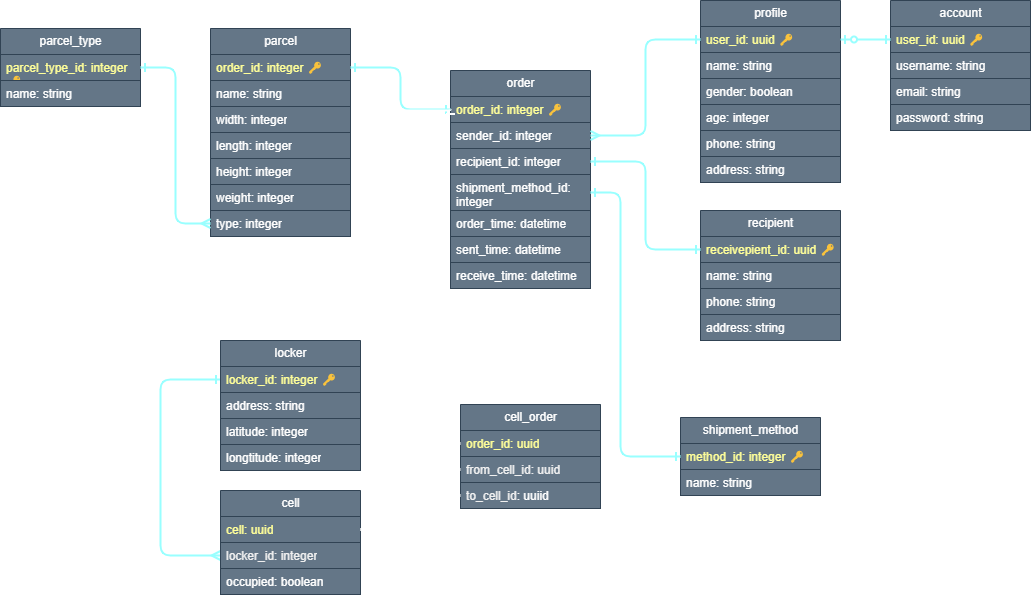
The draw.io diagram UML.drawio.png in chauanphu/be-parcel-locker, before a commit. Source tidied: cells renumbered, new cells last; positions are measured from the earlier drawing's top-left corner, leaving out a move shared by most shapes.
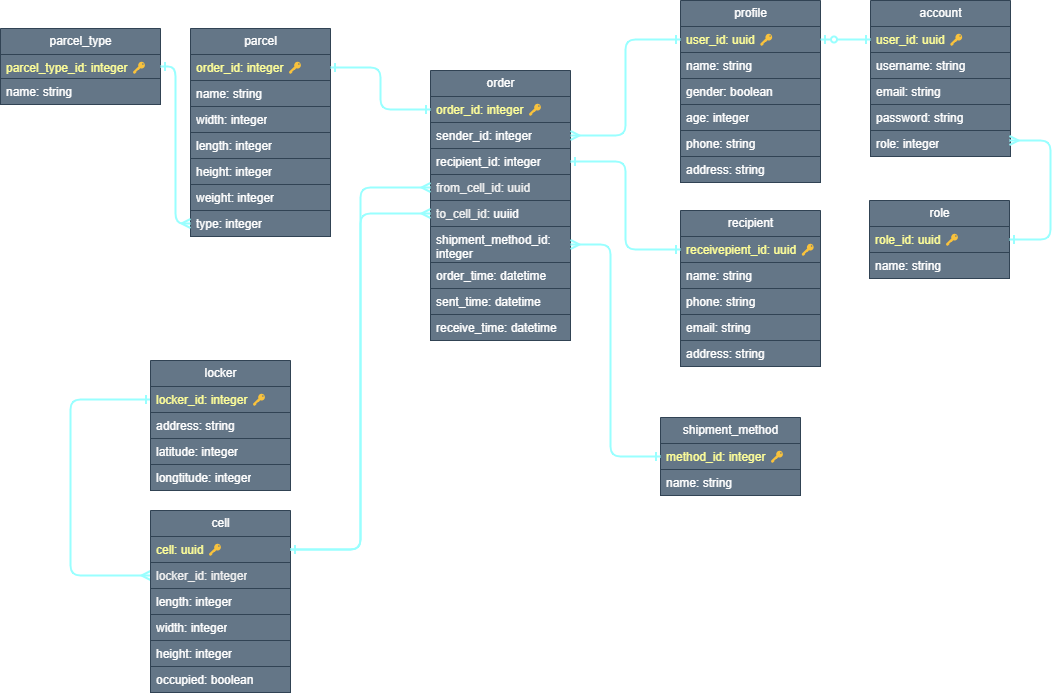
Later version of the same file.

Commit message:
schema: new design

Change to the diagram source:
```diff
@@ -48,7 +48,7 @@
       <mxGeometry y="156" width="140" height="26" as="geometry" />
     </mxCell>
     <mxCell id="17" value="order" style="swimlane;fontStyle=0;horizontal=1;startSize=26;fillColor=#647687;html=1;fontColor=#ffffff;strokeColor=#314354;" parent="1" vertex="1">
-      <mxGeometry x="450" y="70" width="140" height="218" as="geometry" />
+      <mxGeometry x="450" y="70" width="140" height="270" as="geometry" />
     </mxCell>
     <mxCell id="18" value="&lt;font color=&quot;#ffff99&quot;&gt;order_id: integer&amp;nbsp;&lt;/font&gt;&lt;span style=&quot;color: rgb(255, 255, 153);&quot;&gt;🔑&lt;/span&gt;" style="text;strokeColor=#314354;fillColor=#647687;align=left;verticalAlign=top;spacingLeft=4;spacingRight=4;overflow=hidden;points=[[0,0.5],[1,0.5]];portConstraint=eastwest;whiteSpace=wrap;html=1;fontColor=#ffffff;" parent="17" vertex="1">
       <mxGeometry y="26" width="140" height="26" as="geometry" />
@@ -59,27 +59,33 @@
     <mxCell id="20" value="&lt;span style=&quot;text-align: center;&quot;&gt;recipient&lt;/span&gt;_id: integer" style="text;strokeColor=#314354;fillColor=#647687;align=left;verticalAlign=top;spacingLeft=4;spacingRight=4;overflow=hidden;points=[[0,0.5],[1,0.5]];portConstraint=eastwest;whiteSpace=wrap;html=1;fontColor=#ffffff;" parent="17" vertex="1">
       <mxGeometry y="78" width="140" height="26" as="geometry" />
     </mxCell>
+    <mxCell id="43" value="&lt;span style=&quot;color: rgb(240, 240, 240);&quot;&gt;from_cell_id: uuid&lt;/span&gt;" style="text;strokeColor=#314354;fillColor=#647687;align=left;verticalAlign=top;spacingLeft=4;spacingRight=4;overflow=hidden;points=[[0,0.5],[1,0.5]];portConstraint=eastwest;whiteSpace=wrap;html=1;fontColor=#ffffff;" parent="17" vertex="1">
+      <mxGeometry y="104" width="140" height="26" as="geometry" />
+    </mxCell>
+    <mxCell id="44" value="&lt;span style=&quot;color: rgb(240, 240, 240);&quot;&gt;to_cell_id&lt;/span&gt;: uuiid" style="text;strokeColor=#314354;fillColor=#647687;align=left;verticalAlign=top;spacingLeft=4;spacingRight=4;overflow=hidden;points=[[0,0.5],[1,0.5]];portConstraint=eastwest;whiteSpace=wrap;html=1;fontColor=#ffffff;" parent="17" vertex="1">
+      <mxGeometry y="130" width="140" height="26" as="geometry" />
+    </mxCell>
     <mxCell id="21" value="shipment_method_id: integer" style="text;strokeColor=#314354;fillColor=#647687;align=left;verticalAlign=top;spacingLeft=4;spacingRight=4;overflow=hidden;points=[[0,0.5],[1,0.5]];portConstraint=eastwest;whiteSpace=wrap;html=1;fontColor=#ffffff;" parent="17" vertex="1">
-      <mxGeometry y="104" width="140" height="36" as="geometry" />
+      <mxGeometry y="156" width="140" height="36" as="geometry" />
     </mxCell>
     <mxCell id="22" value="order_time: datetime" style="text;strokeColor=#314354;fillColor=#647687;align=left;verticalAlign=top;spacingLeft=4;spacingRight=4;overflow=hidden;whiteSpace=wrap;html=1;fontColor=#ffffff;" parent="17" vertex="1">
-      <mxGeometry y="140" width="140" height="26" as="geometry" />
+      <mxGeometry y="192" width="140" height="26" as="geometry" />
     </mxCell>
     <mxCell id="23" value="sent_time: datetime" style="text;strokeColor=#314354;fillColor=#647687;align=left;verticalAlign=top;spacingLeft=4;spacingRight=4;overflow=hidden;whiteSpace=wrap;html=1;fontColor=#ffffff;" parent="17" vertex="1">
-      <mxGeometry y="166" width="140" height="26" as="geometry" />
+      <mxGeometry y="218" width="140" height="26" as="geometry" />
     </mxCell>
     <mxCell id="24" value="receive_time: datetime" style="text;strokeColor=#314354;fillColor=#647687;align=left;verticalAlign=top;spacingLeft=4;spacingRight=4;overflow=hidden;whiteSpace=wrap;html=1;fontColor=#ffffff;" parent="17" vertex="1">
-      <mxGeometry y="192" width="140" height="26" as="geometry" />
+      <mxGeometry y="244" width="140" height="26" as="geometry" />
     </mxCell>
     <mxCell id="25" style="edgeStyle=elbowEdgeStyle;html=1;exitX=0;exitY=0.5;exitDx=0;exitDy=0;entryX=0;entryY=0.5;entryDx=0;entryDy=0;strokeWidth=2;endArrow=ERmany;endFill=0;startArrow=ERone;startFill=0;strokeColor=#99FFFF;" parent="1" edge="1" source="27" target="39">
       <mxGeometry relative="1" as="geometry">
         <Array as="points">
-          <mxPoint x="160" y="303" />
+          <mxPoint x="90" y="490" />
         </Array>
       </mxGeometry>
     </mxCell>
     <mxCell id="26" value="locker" style="swimlane;fontStyle=0;horizontal=1;startSize=26;fillColor=#647687;html=1;fontColor=#ffffff;strokeColor=#314354;" parent="1" vertex="1">
-      <mxGeometry x="220" y="340" width="140" height="130" as="geometry" />
+      <mxGeometry x="170" y="360" width="140" height="130" as="geometry" />
     </mxCell>
     <mxCell id="27" value="&lt;font color=&quot;#ffff99&quot;&gt;locker_id: integer&amp;nbsp;&lt;/font&gt;&lt;span style=&quot;color: rgb(255, 255, 153);&quot;&gt;🔑&lt;/span&gt;" style="text;strokeColor=#314354;fillColor=#647687;align=left;verticalAlign=top;spacingLeft=4;spacingRight=4;overflow=hidden;points=[[0,0.5],[1,0.5]];portConstraint=eastwest;whiteSpace=wrap;html=1;fontColor=#ffffff;" parent="26" vertex="1">
       <mxGeometry y="26" width="140" height="26" as="geometry" />
@@ -108,54 +114,35 @@
     <mxCell id="35" value="name: string" style="text;strokeColor=#314354;fillColor=#647687;align=left;verticalAlign=top;spacingLeft=4;spacingRight=4;overflow=hidden;whiteSpace=wrap;html=1;fontColor=#ffffff;" parent="33" vertex="1">
       <mxGeometry y="52" width="140" height="26" as="geometry" />
     </mxCell>
-    <mxCell id="36" style="edgeStyle=orthogonalEdgeStyle;html=1;exitX=1;exitY=0.5;exitDx=0;exitDy=0;strokeColor=#99FFFF;fontColor=#FFFF99;startArrow=ERone;startFill=0;endArrow=ERone;endFill=0;strokeWidth=2;entryX=0;entryY=0.5;entryDx=0;entryDy=0;" parent="1" edge="1" source="21" target="34">
-      <mxGeometry relative="1" as="geometry">
-        <Array as="points">
-          <mxPoint x="620" y="192" />
-          <mxPoint x="620" y="456" />
-        </Array>
-      </mxGeometry>
-    </mxCell>
     <mxCell id="37" value="cell" style="swimlane;fontStyle=0;horizontal=1;startSize=26;fillColor=#647687;html=1;fontColor=#ffffff;strokeColor=#314354;" parent="1" vertex="1">
-      <mxGeometry x="220" y="490" width="140" height="104" as="geometry" />
+      <mxGeometry x="170" y="510" width="140" height="182" as="geometry" />
     </mxCell>
-    <mxCell id="38" value="&lt;font color=&quot;#ffff99&quot;&gt;cell: uuid&lt;/font&gt;" style="text;strokeColor=#314354;fillColor=#647687;align=left;verticalAlign=top;spacingLeft=4;spacingRight=4;overflow=hidden;points=[[0,0.5],[1,0.5]];portConstraint=eastwest;whiteSpace=wrap;html=1;fontColor=#ffffff;" parent="37" vertex="1">
+    <mxCell id="38" value="&lt;font color=&quot;#ffff99&quot;&gt;cell: uuid&amp;nbsp;&lt;/font&gt;&lt;span style=&quot;color: rgb(255, 255, 153);&quot;&gt;🔑&lt;/span&gt;" style="text;strokeColor=#314354;fillColor=#647687;align=left;verticalAlign=top;spacingLeft=4;spacingRight=4;overflow=hidden;points=[[0,0.5],[1,0.5]];portConstraint=eastwest;whiteSpace=wrap;html=1;fontColor=#ffffff;" parent="37" vertex="1">
       <mxGeometry y="26" width="140" height="26" as="geometry" />
     </mxCell>
     <mxCell id="39" value="&lt;font color=&quot;#f0f0f0&quot;&gt;locker_id: integer&lt;/font&gt;" style="text;strokeColor=#314354;fillColor=#647687;align=left;verticalAlign=top;spacingLeft=4;spacingRight=4;overflow=hidden;points=[[0,0.5],[1,0.5]];portConstraint=eastwest;whiteSpace=wrap;html=1;fontColor=#ffffff;" parent="37" vertex="1">
       <mxGeometry y="52" width="140" height="26" as="geometry" />
     </mxCell>
+    <mxCell id="64" value="length: integer" style="text;strokeColor=#314354;fillColor=#647687;align=left;verticalAlign=top;spacingLeft=4;spacingRight=4;overflow=hidden;whiteSpace=wrap;html=1;fontColor=#ffffff;" parent="37" vertex="1">
+      <mxGeometry y="78" width="140" height="26" as="geometry" />
+    </mxCell>
+    <mxCell id="65" value="width: integer" style="text;strokeColor=#314354;fillColor=#647687;align=left;verticalAlign=top;spacingLeft=4;spacingRight=4;overflow=hidden;whiteSpace=wrap;html=1;fontColor=#ffffff;" parent="37" vertex="1">
+      <mxGeometry y="104" width="140" height="26" as="geometry" />
+    </mxCell>
+    <mxCell id="66" value="height: integer" style="text;strokeColor=#314354;fillColor=#647687;align=left;verticalAlign=top;spacingLeft=4;spacingRight=4;overflow=hidden;whiteSpace=wrap;html=1;fontColor=#ffffff;" parent="37" vertex="1">
+      <mxGeometry y="130" width="140" height="26" as="geometry" />
+    </mxCell>
     <mxCell id="40" value="occupied: boolean" style="text;strokeColor=#314354;fillColor=#647687;align=left;verticalAlign=top;spacingLeft=4;spacingRight=4;overflow=hidden;whiteSpace=wrap;html=1;fontColor=#ffffff;" parent="37" vertex="1">
-      <mxGeometry y="78" width="140" height="26" as="geometry" />
+      <mxGeometry y="156" width="140" height="26" as="geometry" />
     </mxCell>
-    <mxCell id="41" value="cell_order" style="swimlane;fontStyle=0;horizontal=1;startSize=26;fillColor=#647687;html=1;fontColor=#ffffff;strokeColor=#314354;" parent="1" vertex="1">
-      <mxGeometry x="460" y="404" width="140" height="104" as="geometry" />
-    </mxCell>
-    <mxCell id="42" value="&lt;font color=&quot;#ffff99&quot;&gt;order_id: uuid&lt;/font&gt;" style="text;strokeColor=#314354;fillColor=#647687;align=left;verticalAlign=top;spacingLeft=4;spacingRight=4;overflow=hidden;points=[[0,0.5],[1,0.5]];portConstraint=eastwest;whiteSpace=wrap;html=1;fontColor=#ffffff;" parent="41" vertex="1">
-      <mxGeometry y="26" width="140" height="26" as="geometry" />
-    </mxCell>
-    <mxCell id="43" value="&lt;font color=&quot;#f0f0f0&quot;&gt;from_cell_id: uuid&lt;/font&gt;" style="text;strokeColor=#314354;fillColor=#647687;align=left;verticalAlign=top;spacingLeft=4;spacingRight=4;overflow=hidden;points=[[0,0.5],[1,0.5]];portConstraint=eastwest;whiteSpace=wrap;html=1;fontColor=#ffffff;" parent="41" vertex="1">
-      <mxGeometry y="52" width="140" height="26" as="geometry" />
-    </mxCell>
-    <mxCell id="44" value="&lt;span style=&quot;color: rgb(240, 240, 240);&quot;&gt;to_cell_id&lt;/span&gt;: uuiid" style="text;strokeColor=#314354;fillColor=#647687;align=left;verticalAlign=top;spacingLeft=4;spacingRight=4;overflow=hidden;points=[[0,0.5],[1,0.5]];portConstraint=eastwest;whiteSpace=wrap;html=1;fontColor=#ffffff;" parent="41" vertex="1">
-      <mxGeometry y="78" width="140" height="26" as="geometry" />
-    </mxCell>
-    <mxCell id="45" style="edgeStyle=orthogonalEdgeStyle;html=1;exitX=0;exitY=0.5;exitDx=0;exitDy=0;fontColor=#F0F0F0;entryX=0;entryY=0.5;entryDx=0;entryDy=0;endArrow=ERone;endFill=0;startArrow=ERone;startFill=0;strokeWidth=2;strokeColor=#FFFFFF;" parent="1" edge="1" source="42" target="18">
-      <mxGeometry relative="1" as="geometry">
-        <Array as="points">
-          <mxPoint x="380" y="443" />
-          <mxPoint x="380" y="110" />
-        </Array>
-      </mxGeometry>
-    </mxCell>
-    <mxCell id="46" style="edgeStyle=orthogonalEdgeStyle;html=1;exitX=1;exitY=0.5;exitDx=0;exitDy=0;strokeColor=#FFFFFF;strokeWidth=2;fontColor=#F0F0F0;startArrow=ERone;startFill=0;endArrow=ERone;endFill=0;" parent="1" edge="1" source="38" target="43">
+    <mxCell id="46" style="edgeStyle=orthogonalEdgeStyle;html=1;exitX=1;exitY=0.5;exitDx=0;exitDy=0;strokeColor=#99FFFF;strokeWidth=2;fontColor=#F0F0F0;startArrow=ERone;startFill=0;endArrow=ERmany;endFill=0;entryX=0;entryY=0.5;entryDx=0;entryDy=0;" parent="1" edge="1" source="38" target="43">
       <mxGeometry relative="1" as="geometry" />
     </mxCell>
-    <mxCell id="47" style="edgeStyle=orthogonalEdgeStyle;html=1;exitX=1;exitY=0.5;exitDx=0;exitDy=0;entryX=0;entryY=0.5;entryDx=0;entryDy=0;strokeColor=#FFFFFF;strokeWidth=2;fontColor=#F0F0F0;startArrow=ERone;startFill=0;endArrow=ERone;endFill=0;" parent="1" edge="1" source="38" target="44">
+    <mxCell id="47" style="edgeStyle=orthogonalEdgeStyle;html=1;exitX=1;exitY=0.5;exitDx=0;exitDy=0;entryX=0;entryY=0.5;entryDx=0;entryDy=0;strokeColor=#99FFFF;strokeWidth=2;fontColor=#F0F0F0;startArrow=ERone;startFill=0;endArrow=ERmany;endFill=0;" parent="1" edge="1" source="38" target="44">
       <mxGeometry relative="1" as="geometry" />
     </mxCell>
     <mxCell id="48" value="account" style="swimlane;fontStyle=0;horizontal=1;startSize=26;fillColor=#647687;html=1;fontColor=#ffffff;strokeColor=#314354;" parent="1" vertex="1">
-      <mxGeometry x="890" width="140" height="130" as="geometry" />
+      <mxGeometry x="890" width="140" height="156" as="geometry" />
     </mxCell>
     <mxCell id="49" value="&lt;font color=&quot;#ffff99&quot;&gt;user_id: uuid&amp;nbsp;&lt;/font&gt;&lt;span style=&quot;color: rgb(255, 255, 153);&quot;&gt;🔑&lt;/span&gt;" style="text;strokeColor=#314354;fillColor=#647687;align=left;verticalAlign=top;spacingLeft=4;spacingRight=4;overflow=hidden;points=[[0,0.5],[1,0.5]];portConstraint=eastwest;whiteSpace=wrap;html=1;fontColor=#ffffff;" parent="48" vertex="1">
       <mxGeometry y="26" width="140" height="26" as="geometry" />
@@ -169,11 +156,14 @@
     <mxCell id="52" value="password: string" style="text;strokeColor=#314354;fillColor=#647687;align=left;verticalAlign=top;spacingLeft=4;spacingRight=4;overflow=hidden;whiteSpace=wrap;html=1;fontColor=#ffffff;" parent="48" vertex="1">
       <mxGeometry y="104" width="140" height="26" as="geometry" />
     </mxCell>
+    <mxCell id="67" value="role: integer" style="text;strokeColor=#314354;fillColor=#647687;align=left;verticalAlign=top;spacingLeft=4;spacingRight=4;overflow=hidden;whiteSpace=wrap;html=1;fontColor=#ffffff;" parent="48" vertex="1">
+      <mxGeometry y="130" width="140" height="26" as="geometry" />
+    </mxCell>
     <mxCell id="53" style="edgeStyle=orthogonalEdgeStyle;html=1;exitX=1;exitY=0.5;exitDx=0;exitDy=0;entryX=0;entryY=0.5;entryDx=0;entryDy=0;fillColor=#647687;strokeColor=#99FFFF;strokeWidth=2;endArrow=ERone;endFill=0;startArrow=ERzeroToOne;startFill=0;" parent="1" edge="1" source="11" target="49">
       <mxGeometry relative="1" as="geometry" />
     </mxCell>
     <mxCell id="54" value="recipient" style="swimlane;fontStyle=0;horizontal=1;startSize=26;fillColor=#647687;html=1;fontColor=#ffffff;strokeColor=#314354;" parent="1" vertex="1">
-      <mxGeometry x="700" y="210" width="140" height="130" as="geometry" />
+      <mxGeometry x="700" y="210" width="140" height="156" as="geometry" />
     </mxCell>
     <mxCell id="55" value="&lt;font color=&quot;#ffff99&quot;&gt;receivepient_id: uuid&amp;nbsp;&lt;/font&gt;&lt;span style=&quot;color: rgb(255, 255, 153);&quot;&gt;🔑&lt;/span&gt;" style="text;strokeColor=#314354;fillColor=#647687;align=left;verticalAlign=top;spacingLeft=4;spacingRight=4;overflow=hidden;points=[[0,0.5],[1,0.5]];portConstraint=eastwest;whiteSpace=wrap;html=1;fontColor=#ffffff;" parent="54" vertex="1">
       <mxGeometry y="26" width="140" height="26" as="geometry" />
@@ -184,23 +174,52 @@
     <mxCell id="57" value="phone: string" style="text;strokeColor=#314354;fillColor=#647687;align=left;verticalAlign=top;spacingLeft=4;spacingRight=4;overflow=hidden;whiteSpace=wrap;html=1;fontColor=#ffffff;" parent="54" vertex="1">
       <mxGeometry y="78" width="140" height="26" as="geometry" />
     </mxCell>
-    <mxCell id="58" value="address: string" style="text;strokeColor=#314354;fillColor=#647687;align=left;verticalAlign=top;spacingLeft=4;spacingRight=4;overflow=hidden;whiteSpace=wrap;html=1;fontColor=#ffffff;" parent="54" vertex="1">
+    <mxCell id="58" value="email: string" style="text;strokeColor=#314354;fillColor=#647687;align=left;verticalAlign=top;spacingLeft=4;spacingRight=4;overflow=hidden;whiteSpace=wrap;html=1;fontColor=#ffffff;" parent="54" vertex="1">
       <mxGeometry y="104" width="140" height="26" as="geometry" />
     </mxCell>
+    <mxCell id="68" value="address: string&lt;br&gt;" style="text;strokeColor=#314354;fillColor=#647687;align=left;verticalAlign=top;spacingLeft=4;spacingRight=4;overflow=hidden;whiteSpace=wrap;html=1;fontColor=#ffffff;" parent="54" vertex="1">
+      <mxGeometry y="130" width="140" height="26" as="geometry" />
+    </mxCell>
     <mxCell id="59" style="edgeStyle=orthogonalEdgeStyle;shape=connector;rounded=1;html=1;exitX=1;exitY=0.5;exitDx=0;exitDy=0;entryX=0;entryY=0.5;entryDx=0;entryDy=0;labelBackgroundColor=default;strokeColor=#99FFFF;strokeWidth=2;fontFamily=Helvetica;fontSize=11;fontColor=default;startArrow=ERone;startFill=0;endArrow=ERone;endFill=0;fillColor=#647687;" parent="1" edge="1" source="20" target="55">
       <mxGeometry relative="1" as="geometry" />
     </mxCell>
     <mxCell id="60" value="parcel_type" style="swimlane;fontStyle=0;horizontal=1;startSize=26;fillColor=#647687;html=1;fontColor=#ffffff;strokeColor=#314354;" parent="1" vertex="1">
-      <mxGeometry y="28" width="140" height="78" as="geometry" />
+      <mxGeometry x="20" y="28" width="160" height="76" as="geometry" />
     </mxCell>
     <mxCell id="61" value="&lt;span style=&quot;color: rgb(255, 255, 153);&quot;&gt;parcel_type_id&lt;/span&gt;&lt;font color=&quot;#ffff99&quot;&gt;: integer 🔑&lt;/font&gt;" style="text;strokeColor=#314354;fillColor=#647687;align=left;verticalAlign=top;spacingLeft=4;spacingRight=4;overflow=hidden;points=[[0,0.5],[1,0.5]];portConstraint=eastwest;whiteSpace=wrap;html=1;fontColor=#ffffff;" parent="60" vertex="1">
-      <mxGeometry y="26" width="140" height="26" as="geometry" />
+      <mxGeometry y="26" width="160" height="24" as="geometry" />
     </mxCell>
     <mxCell id="62" value="name: string" style="text;strokeColor=#314354;fillColor=#647687;align=left;verticalAlign=top;spacingLeft=4;spacingRight=4;overflow=hidden;whiteSpace=wrap;html=1;fontColor=#ffffff;" parent="60" vertex="1">
-      <mxGeometry y="52" width="140" height="26" as="geometry" />
+      <mxGeometry y="50" width="160" height="26" as="geometry" />
     </mxCell>
     <mxCell id="63" style="edgeStyle=orthogonalEdgeStyle;shape=connector;rounded=1;html=1;exitX=0;exitY=0.5;exitDx=0;exitDy=0;entryX=1;entryY=0.5;entryDx=0;entryDy=0;labelBackgroundColor=default;strokeColor=#99FFFF;strokeWidth=2;fontFamily=Helvetica;fontSize=11;fontColor=default;startArrow=ERmany;startFill=0;endArrow=ERone;endFill=0;fillColor=#647687;" parent="1" edge="1" source="9" target="61">
       <mxGeometry relative="1" as="geometry" />
     </mxCell>
+    <mxCell id="36" style="edgeStyle=orthogonalEdgeStyle;shape=connector;rounded=1;html=1;exitX=1;exitY=0.5;exitDx=0;exitDy=0;entryX=0;entryY=0.5;entryDx=0;entryDy=0;labelBackgroundColor=default;strokeColor=#99FFFF;strokeWidth=2;fontFamily=Helvetica;fontSize=11;fontColor=default;startArrow=ERmany;startFill=0;endArrow=ERone;endFill=0;fillColor=#647687;" parent="1" edge="1" source="21" target="34">
+      <mxGeometry relative="1" as="geometry">
+        <Array as="points">
+          <mxPoint x="630" y="244" />
+          <mxPoint x="630" y="456" />
+        </Array>
+      </mxGeometry>
+    </mxCell>
+    <mxCell id="69" value="role" style="swimlane;fontStyle=0;horizontal=1;startSize=26;fillColor=#647687;html=1;fontColor=#ffffff;strokeColor=#314354;" parent="1" vertex="1">
+      <mxGeometry x="889" y="200" width="140" height="78" as="geometry" />
+    </mxCell>
+    <mxCell id="70" value="&lt;font color=&quot;#ffff99&quot;&gt;role_id: uuid&amp;nbsp;&lt;/font&gt;&lt;span style=&quot;color: rgb(255, 255, 153);&quot;&gt;🔑&lt;/span&gt;" style="text;strokeColor=#314354;fillColor=#647687;align=left;verticalAlign=top;spacingLeft=4;spacingRight=4;overflow=hidden;points=[[0,0.5],[1,0.5]];portConstraint=eastwest;whiteSpace=wrap;html=1;fontColor=#ffffff;" parent="69" vertex="1">
+      <mxGeometry y="26" width="140" height="26" as="geometry" />
+    </mxCell>
+    <mxCell id="71" value="name: string" style="text;strokeColor=#314354;fillColor=#647687;align=left;verticalAlign=top;spacingLeft=4;spacingRight=4;overflow=hidden;whiteSpace=wrap;html=1;fontColor=#ffffff;" parent="69" vertex="1">
+      <mxGeometry y="52" width="140" height="26" as="geometry" />
+    </mxCell>
+    <mxCell id="72" style="edgeStyle=orthogonalEdgeStyle;shape=connector;rounded=1;html=1;entryX=1;entryY=0.5;entryDx=0;entryDy=0;labelBackgroundColor=default;strokeColor=#99FFFF;strokeWidth=2;fontFamily=Helvetica;fontSize=11;fontColor=default;startArrow=ERmany;startFill=0;endArrow=ERone;endFill=0;fillColor=#647687;" parent="1" edge="1" target="70">
+      <mxGeometry relative="1" as="geometry">
+        <mxPoint x="1029" y="140" as="sourcePoint" />
+        <Array as="points">
+          <mxPoint x="1070" y="140" />
+          <mxPoint x="1070" y="239" />
+        </Array>
+      </mxGeometry>
+    </mxCell>
   </root>
 </mxGraphModel>
```
